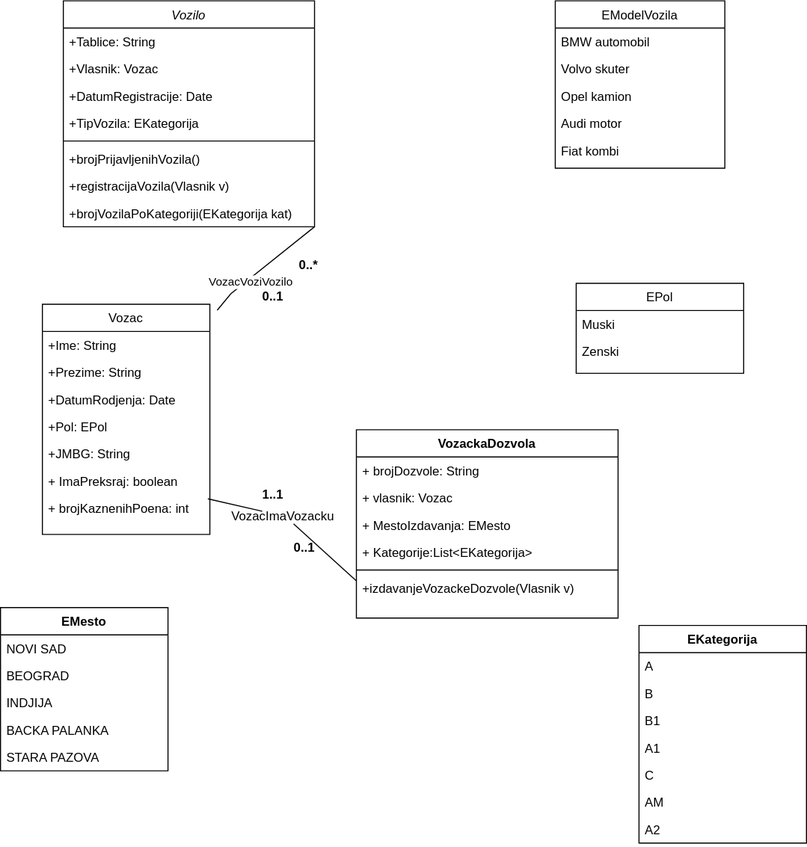
Earlier version of the draw.io export Diagrams/MupVozila_ClassDiagram.svg (anna02272/EGovernment). Source tidied: cells renumbered, new cells last; positions are measured from the earlier drawing's top-left corner, leaving out a move shared by most shapes.
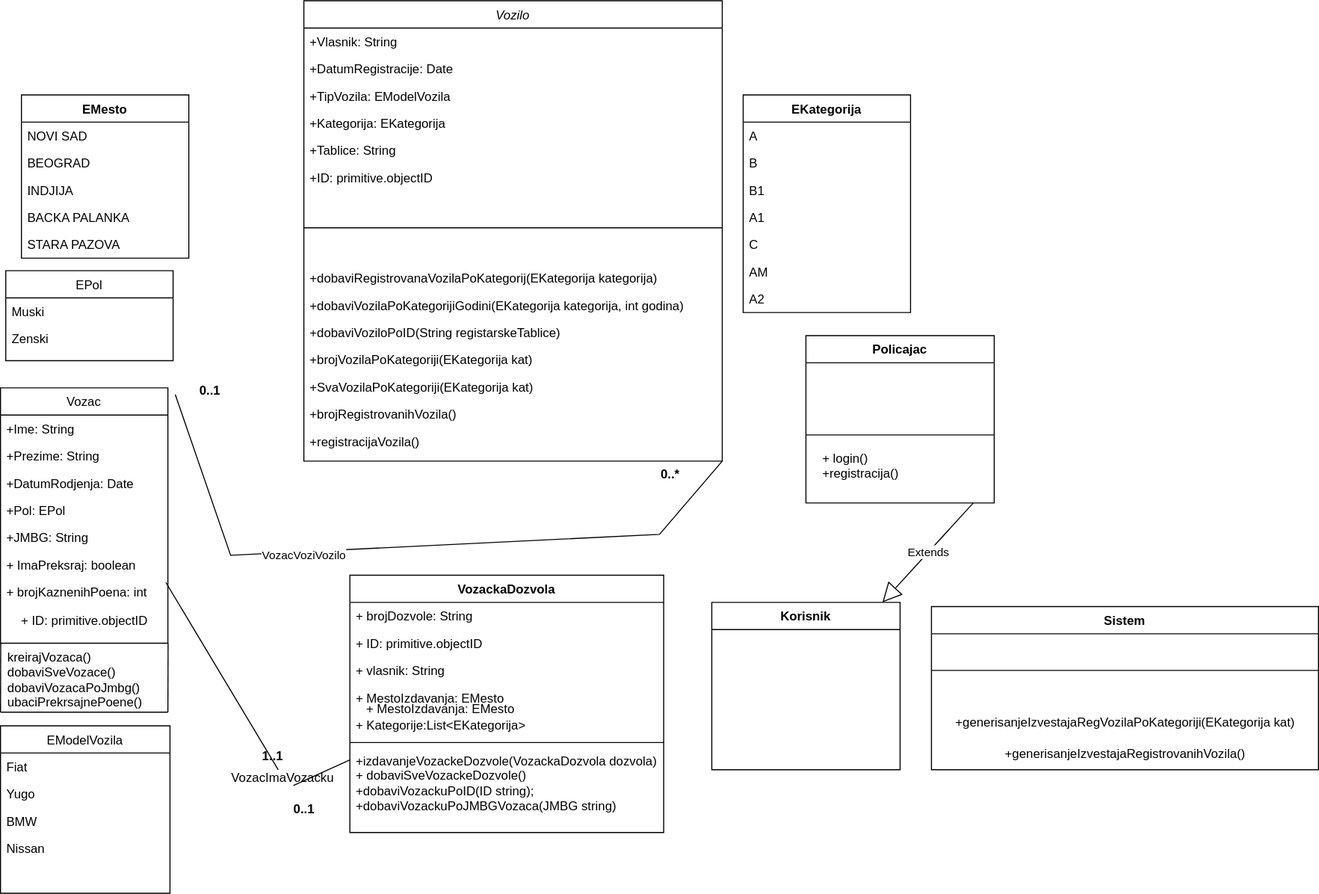
After the change.

Diff of the diagram source:
```diff
@@ -5,30 +5,48 @@
     <mxCell id="2" value="Vozilo" style="swimlane;fontStyle=2;align=center;verticalAlign=top;horizontal=1;startSize=26;rounded=0;shadow=0;strokeWidth=1;" parent="1" vertex="1">
-      <mxGeometry x="60" width="240" height="216" as="geometry" />
+      <mxGeometry x="290" y="-250" width="400" height="440" as="geometry" />
     </mxCell>
-    <mxCell id="3" value="+Tablice: String" style="text;align=left;verticalAlign=top;spacingLeft=4;spacingRight=4;overflow=hidden;" parent="2" vertex="1">
-      <mxGeometry y="26" width="240" height="26" as="geometry" />
-    </mxCell>
-    <mxCell id="4" value="+Vlasnik: Vozac" style="text;align=left;verticalAlign=top;spacingLeft=4;spacingRight=4;overflow=hidden;rounded=0;shadow=0;html=0;" parent="2" vertex="1">
-      <mxGeometry y="52" width="240" height="26" as="geometry" />
+    <mxCell id="4" value="+Vlasnik: String" style="text;align=left;verticalAlign=top;spacingLeft=4;spacingRight=4;overflow=hidden;rounded=0;shadow=0;html=0;" parent="2" vertex="1">
+      <mxGeometry y="26" width="400" height="26" as="geometry" />
     </mxCell>
     <mxCell id="5" value="+DatumRegistracije: Date" style="text;align=left;verticalAlign=top;spacingLeft=4;spacingRight=4;overflow=hidden;rounded=0;shadow=0;html=0;" parent="2" vertex="1">
-      <mxGeometry y="78" width="240" height="26" as="geometry" />
+      <mxGeometry y="52" width="400" height="26" as="geometry" />
     </mxCell>
-    <mxCell id="6" value="+TipVozila: EKategorija" style="text;align=left;verticalAlign=top;spacingLeft=4;spacingRight=4;overflow=hidden;rounded=0;shadow=0;html=0;" parent="2" vertex="1">
-      <mxGeometry y="104" width="240" height="26" as="geometry" />
+    <mxCell id="6" value="+TipVozila: EModelVozila&#10;" style="text;align=left;verticalAlign=top;spacingLeft=4;spacingRight=4;overflow=hidden;rounded=0;shadow=0;html=0;" parent="2" vertex="1">
+      <mxGeometry y="78" width="400" height="26" as="geometry" />
     </mxCell>
+    <mxCell id="58" value="+Kategorija: EKategorija&#10;" style="text;align=left;verticalAlign=top;spacingLeft=4;spacingRight=4;overflow=hidden;rounded=0;shadow=0;html=0;" parent="2" vertex="1">
+      <mxGeometry y="104" width="400" height="26" as="geometry" />
+    </mxCell>
+    <mxCell id="3" value="+Tablice: String" style="text;align=left;verticalAlign=top;spacingLeft=4;spacingRight=4;overflow=hidden;" parent="2" vertex="1">
+      <mxGeometry y="130" width="400" height="26" as="geometry" />
+    </mxCell>
+    <mxCell id="59" value="+ID: primitive.objectID" style="text;align=left;verticalAlign=top;spacingLeft=4;spacingRight=4;overflow=hidden;rounded=0;shadow=0;html=0;" parent="2" vertex="1">
+      <mxGeometry y="156" width="400" height="26" as="geometry" />
+    </mxCell>
     <mxCell id="7" style="line;html=1;strokeWidth=1;align=left;verticalAlign=middle;spacingTop=-1;spacingLeft=3;spacingRight=3;labelPosition=right;" parent="2" vertex="1">
-      <mxGeometry y="130" width="240" height="8" as="geometry" />
+      <mxGeometry y="182" width="400" height="70" as="geometry" />
     </mxCell>
+    <mxCell id="60" value="+dobaviRegistrovanaVozilaPoKategorij(EKategorija kategorija)" style="text;align=left;verticalAlign=top;spacingLeft=4;spacingRight=4;overflow=hidden;" parent="2" vertex="1">
+      <mxGeometry y="252" width="400" height="26" as="geometry" />
+    </mxCell>
+    <mxCell id="61" value="+dobaviVozilaPoKategorijiGodini(EKategorija kategorija, int godina)" style="text;align=left;verticalAlign=top;spacingLeft=4;spacingRight=4;overflow=hidden;" parent="2" vertex="1">
+      <mxGeometry y="278" width="400" height="26" as="geometry" />
+    </mxCell>
+    <mxCell id="62" value="+dobaviVoziloPoID(String registarskeTablice)" style="text;align=left;verticalAlign=top;spacingLeft=4;spacingRight=4;overflow=hidden;" parent="2" vertex="1">
+      <mxGeometry y="304" width="400" height="26" as="geometry" />
+    </mxCell>
+    <mxCell id="63" value="+brojVozilaPoKategoriji(EKategorija kat)" style="text;align=left;verticalAlign=top;spacingLeft=4;spacingRight=4;overflow=hidden;" parent="2" vertex="1">
+      <mxGeometry y="330" width="400" height="26" as="geometry" />
+    </mxCell>
+    <mxCell id="10" value="+SvaVozilaPoKategoriji(EKategorija kat)" style="text;align=left;verticalAlign=top;spacingLeft=4;spacingRight=4;overflow=hidden;" parent="2" vertex="1">
+      <mxGeometry y="356" width="400" height="26" as="geometry" />
+    </mxCell>
-    <mxCell id="8" value="+brojPrijavljenihVozila()" style="text;align=left;verticalAlign=top;spacingLeft=4;spacingRight=4;overflow=hidden;" parent="2" vertex="1">
-      <mxGeometry y="138" width="240" height="26" as="geometry" />
+    <mxCell id="8" value="+brojRegistrovanihVozila()" style="text;align=left;verticalAlign=top;spacingLeft=4;spacingRight=4;overflow=hidden;" parent="2" vertex="1">
+      <mxGeometry y="382" width="400" height="26" as="geometry" />
     </mxCell>
-    <mxCell id="9" value="+registracijaVozila(Vlasnik v)" style="text;align=left;verticalAlign=top;spacingLeft=4;spacingRight=4;overflow=hidden;" parent="2" vertex="1">
-      <mxGeometry y="164" width="240" height="26" as="geometry" />
+    <mxCell id="9" value="+registracijaVozila()" style="text;align=left;verticalAlign=top;spacingLeft=4;spacingRight=4;overflow=hidden;" parent="2" vertex="1">
+      <mxGeometry y="408" width="400" height="32" as="geometry" />
     </mxCell>
-    <mxCell id="10" value="+brojVozilaPoKategoriji(EKategorija kat)" style="text;align=left;verticalAlign=top;spacingLeft=4;spacingRight=4;overflow=hidden;" parent="2" vertex="1">
-      <mxGeometry y="190" width="240" height="26" as="geometry" />
-    </mxCell>
     <mxCell id="11" value="Vozac" style="swimlane;fontStyle=0;align=center;verticalAlign=top;horizontal=1;startSize=26;rounded=0;shadow=0;strokeWidth=1;" parent="1" vertex="1">
-      <mxGeometry x="40" y="290" width="160" height="220" as="geometry" />
+      <mxGeometry y="120" width="160" height="244" as="geometry" />
     </mxCell>
@@ -55,4 +73,7 @@
     </mxCell>
+    <mxCell id="64" value="&lt;span style=&quot;text-align: left;&quot;&gt;+ ID: primitive.objectID&lt;/span&gt;" style="text;html=1;align=center;verticalAlign=middle;strokeColor=none;fillColor=none;" parent="11" vertex="1">
+      <mxGeometry y="208" width="160" height="30" as="geometry" />
+    </mxCell>
     <mxCell id="19" value="EPol" style="swimlane;fontStyle=0;align=center;verticalAlign=top;horizontal=1;startSize=26;rounded=0;shadow=0;strokeWidth=1;" parent="1" vertex="1">
-      <mxGeometry x="550" y="270" width="160" height="86" as="geometry" />
+      <mxGeometry x="5" y="8" width="160" height="86" as="geometry" />
     </mxCell>
@@ -65,19 +86,16 @@
     <mxCell id="22" value="EModelVozila" style="swimlane;fontStyle=0;align=center;verticalAlign=top;horizontal=1;startSize=26;rounded=0;shadow=0;strokeWidth=1;" parent="1" vertex="1">
-      <mxGeometry x="530" width="162" height="160" as="geometry" />
+      <mxGeometry y="443" width="162" height="160" as="geometry" />
     </mxCell>
-    <mxCell id="23" value="BMW automobil" style="text;align=left;verticalAlign=top;spacingLeft=4;spacingRight=4;overflow=hidden;" parent="22" vertex="1">
+    <mxCell id="23" value="Fiat" style="text;align=left;verticalAlign=top;spacingLeft=4;spacingRight=4;overflow=hidden;" parent="22" vertex="1">
       <mxGeometry y="26" width="162" height="26" as="geometry" />
     </mxCell>
-    <mxCell id="24" value="Volvo skuter" style="text;align=left;verticalAlign=top;spacingLeft=4;spacingRight=4;overflow=hidden;rounded=0;shadow=0;html=0;" parent="22" vertex="1">
+    <mxCell id="24" value="Yugo" style="text;align=left;verticalAlign=top;spacingLeft=4;spacingRight=4;overflow=hidden;rounded=0;shadow=0;html=0;" parent="22" vertex="1">
       <mxGeometry y="52" width="162" height="26" as="geometry" />
     </mxCell>
-    <mxCell id="25" value="Opel kamion" style="text;align=left;verticalAlign=top;spacingLeft=4;spacingRight=4;overflow=hidden;rounded=0;shadow=0;html=0;" parent="22" vertex="1">
+    <mxCell id="25" value="BMW" style="text;align=left;verticalAlign=top;spacingLeft=4;spacingRight=4;overflow=hidden;rounded=0;shadow=0;html=0;" parent="22" vertex="1">
       <mxGeometry y="78" width="162" height="26" as="geometry" />
     </mxCell>
-    <mxCell id="26" value="Audi motor" style="text;align=left;verticalAlign=top;spacingLeft=4;spacingRight=4;overflow=hidden;rounded=0;shadow=0;html=0;" parent="22" vertex="1">
+    <mxCell id="26" value="Nissan" style="text;align=left;verticalAlign=top;spacingLeft=4;spacingRight=4;overflow=hidden;rounded=0;shadow=0;html=0;" parent="22" vertex="1">
       <mxGeometry y="104" width="162" height="26" as="geometry" />
     </mxCell>
-    <mxCell id="27" value="Fiat kombi" style="text;align=left;verticalAlign=top;spacingLeft=4;spacingRight=4;overflow=hidden;rounded=0;shadow=0;html=0;" parent="22" vertex="1">
-      <mxGeometry y="130" width="162" height="26" as="geometry" />
-    </mxCell>
     <mxCell id="28" style="endArrow=none;html=1;rounded=0;exitX=1.044;exitY=0.026;exitDx=0;exitDy=0;exitPerimeter=0;entryX=1;entryY=1;entryDx=0;entryDy=0;" parent="1" edge="1" source="11" target="2">
@@ -86,2 +104,3 @@
           <mxPoint x="220" y="280" />
+          <mxPoint x="630" y="260" />
         </Array>
@@ -95,3 +114,3 @@
     <mxCell id="30" value="EMesto" style="swimlane;fontStyle=1;align=center;verticalAlign=top;horizontal=1;startSize=26;whiteSpace=wrap;html=1;" parent="1" vertex="1">
-      <mxGeometry y="580" width="160" height="156" as="geometry" />
+      <mxGeometry x="20" y="-160" width="160" height="156" as="geometry" />
     </mxCell>
@@ -113,21 +132,24 @@
     <mxCell id="36" value="VozackaDozvola" style="swimlane;fontStyle=1;align=center;verticalAlign=top;horizontal=1;startSize=26;whiteSpace=wrap;html=1;" parent="1" vertex="1">
-      <mxGeometry x="340" y="410" width="250" height="180" as="geometry" />
+      <mxGeometry x="334" y="299" width="300" height="246" as="geometry" />
     </mxCell>
-    <mxCell id="37" value="+ brojDozvole: String&lt;div&gt;&lt;br&gt;&lt;/div&gt;" style="text;strokeColor=none;fillColor=none;align=left;verticalAlign=top;spacingLeft=4;spacingRight=4;overflow=hidden;whiteSpace=wrap;html=1;" parent="36" vertex="1">
-      <mxGeometry y="26" width="250" height="26" as="geometry" />
+    <mxCell id="37" value="&lt;div&gt;+ brojDozvole: String&lt;div&gt;&lt;br&gt;&lt;/div&gt;&lt;/div&gt;" style="text;strokeColor=none;fillColor=none;align=left;verticalAlign=top;spacingLeft=4;spacingRight=4;overflow=hidden;whiteSpace=wrap;html=1;" parent="36" vertex="1">
+      <mxGeometry y="26" width="300" height="26" as="geometry" />
     </mxCell>
+    <mxCell id="65" value="&lt;div&gt;+ ID: primitive.objectID&lt;/div&gt;" style="text;strokeColor=none;fillColor=none;align=left;verticalAlign=top;spacingLeft=4;spacingRight=4;overflow=hidden;whiteSpace=wrap;html=1;" parent="36" vertex="1">
+      <mxGeometry y="52" width="300" height="26" as="geometry" />
+    </mxCell>
-    <mxCell id="38" value="&lt;div&gt;+ vlasnik: Vozac&lt;/div&gt;" style="text;strokeColor=none;fillColor=none;align=left;verticalAlign=top;spacingLeft=4;spacingRight=4;overflow=hidden;whiteSpace=wrap;html=1;" parent="36" vertex="1">
-      <mxGeometry y="52" width="250" height="26" as="geometry" />
+    <mxCell id="38" value="&lt;div&gt;+ vlasnik: String&lt;/div&gt;" style="text;strokeColor=none;fillColor=none;align=left;verticalAlign=top;spacingLeft=4;spacingRight=4;overflow=hidden;whiteSpace=wrap;html=1;" parent="36" vertex="1">
+      <mxGeometry y="78" width="300" height="26" as="geometry" />
     </mxCell>
-    <mxCell id="39" value="&lt;div&gt;+ MestoIzdavanja: EMesto&lt;/div&gt;" style="text;strokeColor=none;fillColor=none;align=left;verticalAlign=top;spacingLeft=4;spacingRight=4;overflow=hidden;whiteSpace=wrap;html=1;" parent="36" vertex="1">
-      <mxGeometry y="78" width="250" height="26" as="geometry" />
+    <mxCell id="39" value="+ MestoIzdavanja: EMesto" style="text;strokeColor=none;fillColor=none;align=left;verticalAlign=top;spacingLeft=4;spacingRight=4;overflow=hidden;whiteSpace=wrap;html=1;" parent="36" vertex="1">
+      <mxGeometry y="104" width="300" height="26" as="geometry" />
     </mxCell>
     <mxCell id="40" value="+ Kategorije:List&amp;lt;EKategorija&amp;gt;" style="text;strokeColor=none;fillColor=none;align=left;verticalAlign=top;spacingLeft=4;spacingRight=4;overflow=hidden;whiteSpace=wrap;html=1;" parent="36" vertex="1">
-      <mxGeometry y="104" width="250" height="26" as="geometry" />
+      <mxGeometry y="130" width="300" height="26" as="geometry" />
     </mxCell>
     <mxCell id="41" style="line;strokeWidth=1;fillColor=none;align=left;verticalAlign=middle;spacingTop=-1;spacingLeft=3;spacingRight=3;labelPosition=right;strokeColor=inherit;" parent="36" vertex="1">
-      <mxGeometry y="130" width="250" height="8" as="geometry" />
+      <mxGeometry y="156" width="300" height="8" as="geometry" />
     </mxCell>
-    <mxCell id="42" value="+izdavanjeVozackeDozvole(Vlasnik v)" style="text;strokeColor=none;fillColor=none;align=left;verticalAlign=top;spacingLeft=4;spacingRight=4;overflow=hidden;points=[[0,0.5],[1,0.5]];portConstraint=eastwest;whiteSpace=wrap;html=1;" parent="36" vertex="1">
-      <mxGeometry y="138" width="250" height="42" as="geometry" />
+    <mxCell id="42" value="+izdavanjeVozackeDozvole(VozackaDozvola dozvola)&lt;div&gt;&lt;div&gt;+ dobaviSveVozackeDozvole()&lt;/div&gt;&lt;div&gt;+dobaviVozackuPoID(ID string);&lt;/div&gt;&lt;div&gt;+dobaviVozackuPoJMBGVozaca(JMBG string)&lt;/div&gt;&lt;div&gt;&lt;br&gt;&lt;/div&gt;&lt;/div&gt;" style="text;strokeColor=none;fillColor=none;align=left;verticalAlign=top;spacingLeft=4;spacingRight=4;overflow=hidden;points=[[0,0.5],[1,0.5]];portConstraint=eastwest;whiteSpace=wrap;html=1;" parent="36" vertex="1">
+      <mxGeometry y="164" width="300" height="82" as="geometry" />
     </mxCell>
@@ -137,3 +159,3 @@
     <mxCell id="44" value="EKategorija" style="swimlane;fontStyle=1;align=center;verticalAlign=top;horizontal=1;startSize=26;whiteSpace=wrap;html=1;" parent="1" vertex="1">
-      <mxGeometry x="610" y="597" width="160" height="208" as="geometry" />
+      <mxGeometry x="710" y="-160" width="160" height="208" as="geometry" />
     </mxCell>
@@ -161,6 +183,6 @@
     <mxCell id="52" value="0..1" style="text;align=center;fontStyle=1;verticalAlign=middle;spacingLeft=3;spacingRight=3;strokeColor=none;html=1;" parent="1" vertex="1">
-      <mxGeometry x="220" y="270" width="80" height="26" as="geometry" />
+      <mxGeometry x="160" y="110" width="80" height="26" as="geometry" />
     </mxCell>
     <mxCell id="53" value="0..*" style="text;align=center;fontStyle=1;verticalAlign=middle;spacingLeft=3;spacingRight=3;strokeColor=none;html=1;" parent="1" vertex="1">
-      <mxGeometry x="254" y="240" width="80" height="26" as="geometry" />
+      <mxGeometry x="600" y="190" width="80" height="26" as="geometry" />
     </mxCell>
@@ -178,2 +200,55 @@
     </mxCell>
+    <mxCell id="66" style="endArrow=none;html=1;rounded=0;entryX=0.02;entryY=1.095;entryDx=0;entryDy=0;entryPerimeter=0;" parent="1" edge="1">
+      <mxGeometry relative="1" as="geometry">
+        <mxPoint y="430" as="sourcePoint" />
+        <mxPoint x="0.2" y="364" as="targetPoint" />
+      </mxGeometry>
+    </mxCell>
+    <mxCell id="67" value="&lt;span style=&quot;color: rgb(0, 0, 0); font-family: Helvetica; font-size: 12px; font-style: normal; font-variant-ligatures: normal; font-variant-caps: normal; font-weight: 400; letter-spacing: normal; orphans: 2; text-align: left; text-indent: 0px; text-transform: none; widows: 2; word-spacing: 0px; -webkit-text-stroke-width: 0px; white-space: nowrap; background-color: rgb(251, 251, 251); text-decoration-thickness: initial; text-decoration-style: initial; text-decoration-color: initial; display: inline !important; float: none;&quot;&gt;kreirajVozaca()&lt;/span&gt;&lt;div&gt;&lt;span style=&quot;color: rgb(0, 0, 0); font-family: Helvetica; font-size: 12px; font-style: normal; font-variant-ligatures: normal; font-variant-caps: normal; font-weight: 400; letter-spacing: normal; orphans: 2; text-align: left; text-indent: 0px; text-transform: none; widows: 2; word-spacing: 0px; -webkit-text-stroke-width: 0px; white-space: nowrap; background-color: rgb(251, 251, 251); text-decoration-thickness: initial; text-decoration-style: initial; text-decoration-color: initial; display: inline !important; float: none;&quot;&gt;dobaviSveVozace()&lt;/span&gt;&lt;/div&gt;&lt;div&gt;&lt;span style=&quot;color: rgb(0, 0, 0); font-family: Helvetica; font-size: 12px; font-style: normal; font-variant-ligatures: normal; font-variant-caps: normal; font-weight: 400; letter-spacing: normal; orphans: 2; text-align: left; text-indent: 0px; text-transform: none; widows: 2; word-spacing: 0px; -webkit-text-stroke-width: 0px; white-space: nowrap; background-color: rgb(251, 251, 251); text-decoration-thickness: initial; text-decoration-style: initial; text-decoration-color: initial; display: inline !important; float: none;&quot;&gt;dobaviVozacaPoJmbg()&lt;/span&gt;&lt;/div&gt;&lt;div&gt;&lt;span style=&quot;color: rgb(0, 0, 0); font-family: Helvetica; font-size: 12px; font-style: normal; font-variant-ligatures: normal; font-variant-caps: normal; font-weight: 400; letter-spacing: normal; orphans: 2; text-align: left; text-indent: 0px; text-transform: none; widows: 2; word-spacing: 0px; -webkit-text-stroke-width: 0px; white-space: nowrap; background-color: rgb(251, 251, 251); text-decoration-thickness: initial; text-decoration-style: initial; text-decoration-color: initial; display: inline !important; float: none;&quot;&gt;ubaciPrekrsajnePoene()&lt;/span&gt;&lt;/div&gt;" style="text;whiteSpace=wrap;html=1;" parent="1" vertex="1">
+      <mxGeometry x="5" y="364" width="150" height="40" as="geometry" />
+    </mxCell>
+    <mxCell id="68" style="endArrow=none;html=1;rounded=0;entryX=0.02;entryY=1.095;entryDx=0;entryDy=0;entryPerimeter=0;" parent="1" edge="1">
+      <mxGeometry relative="1" as="geometry">
+        <mxPoint x="160" y="430" as="sourcePoint" />
+        <mxPoint x="160.2" y="364" as="targetPoint" />
+      </mxGeometry>
+    </mxCell>
+    <mxCell id="69" style="endArrow=none;html=1;rounded=0;" parent="1" edge="1">
+      <mxGeometry relative="1" as="geometry">
+        <mxPoint y="430" as="sourcePoint" />
+        <mxPoint x="160" y="430" as="targetPoint" />
+      </mxGeometry>
+    </mxCell>
+    <mxCell id="70" value="Policajac" style="swimlane;fontStyle=1;align=center;verticalAlign=top;horizontal=1;startSize=26;whiteSpace=wrap;html=1;" parent="1" vertex="1">
+      <mxGeometry x="770" y="70" width="180" height="160" as="geometry" />
+    </mxCell>
+    <mxCell id="71" value="Korisnik" style="swimlane;fontStyle=1;align=center;verticalAlign=top;horizontal=1;startSize=26;whiteSpace=wrap;html=1;" parent="1" vertex="1">
+      <mxGeometry x="680" y="325" width="180" height="160" as="geometry" />
+    </mxCell>
+    <mxCell id="72" value="Extends" style="endArrow=block;endSize=16;endFill=0;html=1;rounded=0;" parent="1" edge="1" target="71">
+      <mxGeometry relative="1" as="geometry">
+        <mxPoint x="930" y="230" as="sourcePoint" />
+      </mxGeometry>
+    </mxCell>
+    <mxCell id="73" style="line;html=1;strokeWidth=1;align=left;verticalAlign=middle;spacingTop=-1;spacingLeft=3;spacingRight=3;labelPosition=right;" parent="1" vertex="1">
+      <mxGeometry x="770" y="130" width="180" height="70" as="geometry" />
+    </mxCell>
+    <mxCell id="74" value="+ login()&#10;+registracija()" style="text;align=left;verticalAlign=top;spacingLeft=4;spacingRight=4;overflow=hidden;" parent="1" vertex="1">
+      <mxGeometry x="780" y="174" width="410" height="56" as="geometry" />
+    </mxCell>
+    <mxCell id="75" value="Sistem" style="swimlane;fontStyle=1;align=center;verticalAlign=top;horizontal=1;startSize=26;whiteSpace=wrap;html=1;" parent="1" vertex="1">
+      <mxGeometry x="890" y="329" width="370" height="156" as="geometry" />
+    </mxCell>
+    <mxCell id="76" style="line;html=1;strokeWidth=1;align=left;verticalAlign=middle;spacingTop=-1;spacingLeft=3;spacingRight=3;labelPosition=right;" parent="75" vertex="1">
+      <mxGeometry y="26" width="370" height="70" as="geometry" />
+    </mxCell>
+    <mxCell id="77" value="+generisanjeIzvestajaRegVozilaPoKategoriji(EKategorija kat)" style="text;html=1;align=center;verticalAlign=middle;strokeColor=none;fillColor=none;" parent="75" vertex="1">
+      <mxGeometry y="96" width="370" height="30" as="geometry" />
+    </mxCell>
+    <mxCell id="78" value="+generisanjeIzvestajaRegistrovanihVozila()" style="text;html=1;align=center;verticalAlign=middle;strokeColor=none;fillColor=none;" parent="75" vertex="1">
+      <mxGeometry y="126" width="370" height="30" as="geometry" />
+    </mxCell>
+    <mxCell id="79" value="+ MestoIzdavanja: EMesto" style="text;strokeColor=none;fillColor=none;align=left;verticalAlign=top;spacingLeft=4;spacingRight=4;overflow=hidden;whiteSpace=wrap;html=1;" parent="1" vertex="1">
+      <mxGeometry x="344" y="413" width="300" height="26" as="geometry" />
+    </mxCell>
   </root>
```
